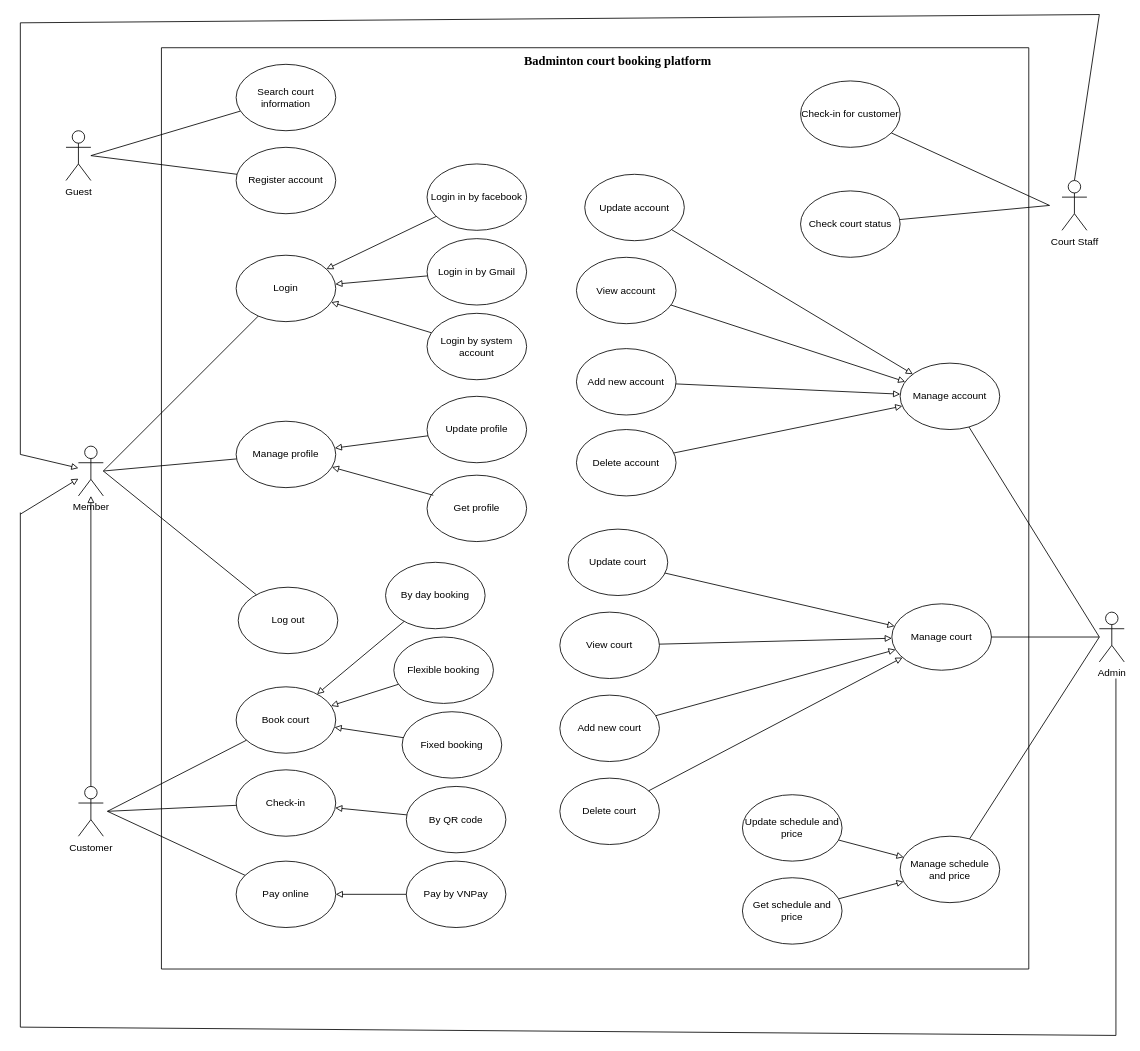
Before: UseCaseDiagram.drawio in halinhtvn3a/SWP391_Project, a draw.io diagram. Source tidied: cells renumbered, new cells numbered last; positions are measured from the earlier drawing's top-left corner, leaving out a move shared by most shapes. Both pictures are drawn from the tidied source at 83%, with x=0, y=0 at pixel (20, 14).
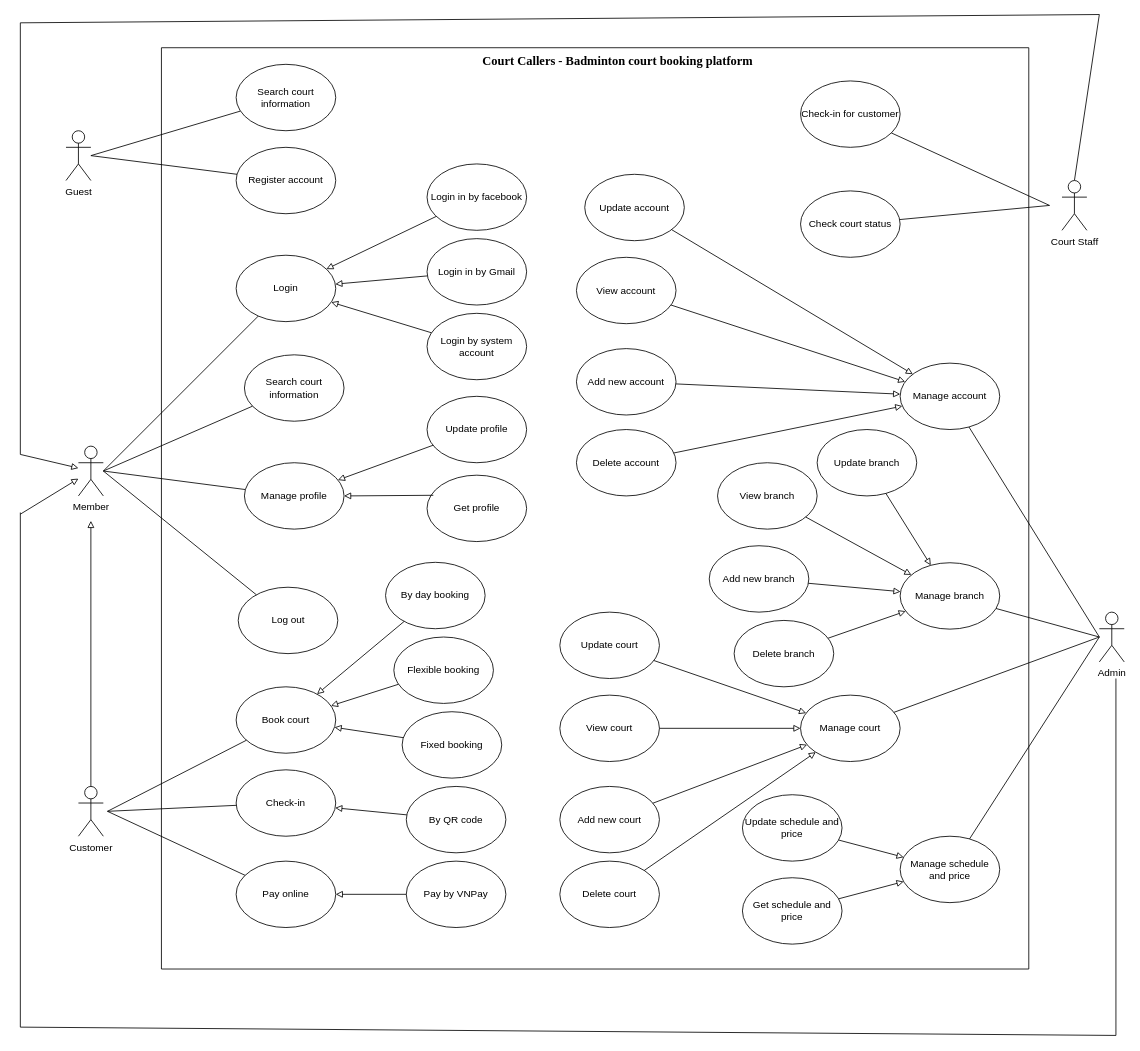
After the change.

The change refers to these unchanged cells:
```xml
<mxCell id="2" style="swimlane;startSize=0;" parent="1" vertex="1">
  <mxGeometry x="170" y="40" width="1045" height="1110" as="geometry" />
</mxCell>
<mxCell id="30" value="Member" style="shape=umlActor;verticalLabelPosition=bottom;verticalAlign=top;html=1;outlineConnect=0;" parent="2" vertex="1">
  <mxGeometry x="-100" y="480" width="30" height="60" as="geometry" />
</mxCell>
<mxCell id="73" value="Customer" style="shape=umlActor;verticalLabelPosition=bottom;verticalAlign=top;html=1;outlineConnect=0;" parent="1" vertex="1">
  <mxGeometry x="70" y="930" width="30" height="60" as="geometry" />
</mxCell>
```

What changed in the source:
```diff
@@
-    <mxCell id="3" value="&lt;div&gt;&lt;span style=&quot;background-color: rgb(255, 255, 255);&quot;&gt;&lt;font face=&quot;Times New Roman&quot;&gt;&lt;span style=&quot;font-size: 15px; white-space-collapse: preserve;&quot;&gt;&lt;b&gt;Badminton court booking platform&lt;/b&gt;&lt;/span&gt;&lt;/font&gt;&lt;br&gt;&lt;/span&gt;&lt;/div&gt;" style="text;html=1;align=center;verticalAlign=middle;whiteSpace=wrap;rounded=0;" parent="2" vertex="1">
+    <mxCell id="3" value="&lt;div&gt;&lt;span style=&quot;background-color: rgb(255, 255, 255);&quot;&gt;&lt;font face=&quot;Times New Roman&quot;&gt;&lt;span style=&quot;font-size: 15px; white-space-collapse: preserve;&quot;&gt;&lt;b&gt;Court Callers - Badminton court booking platform&lt;/b&gt;&lt;/span&gt;&lt;/font&gt;&lt;br&gt;&lt;/span&gt;&lt;/div&gt;" style="text;html=1;align=center;verticalAlign=middle;whiteSpace=wrap;rounded=0;" parent="2" vertex="1">
       <mxGeometry x="370" y="-20" width="360" height="70" as="geometry" />
     </mxCell>
@@
     <mxCell id="16" value="Manage court" style="ellipse;whiteSpace=wrap;html=1;" parent="2" vertex="1">
-      <mxGeometry x="880" y="670" width="120" height="80" as="geometry" />
+      <mxGeometry x="770" y="780" width="120" height="80" as="geometry" />
     </mxCell>
@@
     <mxCell id="25" value="Manage profile" style="ellipse;whiteSpace=wrap;html=1;" parent="2" vertex="1">
-      <mxGeometry x="90" y="450" width="120" height="80" as="geometry" />
+      <mxGeometry x="100" y="500" width="120" height="80" as="geometry" />
     </mxCell>
@@
     <mxCell id="44" value="Update court" style="ellipse;whiteSpace=wrap;html=1;" parent="2" vertex="1">
-      <mxGeometry x="490" y="580" width="120" height="80" as="geometry" />
+      <mxGeometry x="480" y="680" width="120" height="80" as="geometry" />
     </mxCell>
     <mxCell id="45" value="View court" style="ellipse;whiteSpace=wrap;html=1;" parent="2" vertex="1">
-      <mxGeometry x="480" y="680" width="120" height="80" as="geometry" />
+      <mxGeometry x="480" y="780" width="120" height="80" as="geometry" />
     </mxCell>
@@
     <mxCell id="47" value="Add new court" style="ellipse;whiteSpace=wrap;html=1;" parent="2" vertex="1">
-      <mxGeometry x="480" y="780" width="120" height="80" as="geometry" />
+      <mxGeometry x="480" y="890" width="120" height="80" as="geometry" />
     </mxCell>
     <mxCell id="48" value="Delete court" style="ellipse;whiteSpace=wrap;html=1;" parent="2" vertex="1">
-      <mxGeometry x="480" y="880" width="120" height="80" as="geometry" />
+      <mxGeometry x="480" y="980" width="120" height="80" as="geometry" />
     </mxCell>
@@
+    <mxCell id="84" value="Search court information" style="ellipse;whiteSpace=wrap;html=1;" parent="2" vertex="1">
+      <mxGeometry x="100" y="370" width="120" height="80" as="geometry" />
+    </mxCell>
+    <mxCell id="85" value="Manage branch" style="ellipse;whiteSpace=wrap;html=1;" parent="2" vertex="1">
+      <mxGeometry x="890" y="620.5" width="120" height="80" as="geometry" />
+    </mxCell>
+    <mxCell id="86" value="Update branch" style="ellipse;whiteSpace=wrap;html=1;" parent="2" vertex="1">
+      <mxGeometry x="790" y="460" width="120" height="80" as="geometry" />
+    </mxCell>
+    <mxCell id="87" value="View branch" style="ellipse;whiteSpace=wrap;html=1;" parent="2" vertex="1">
+      <mxGeometry x="670" y="500" width="120" height="80" as="geometry" />
+    </mxCell>
+    <mxCell id="88" style="endArrow=block;html=1;rounded=0;endFill=0;" parent="2" edge="1" source="86" target="85">
+      <mxGeometry relative="1" as="geometry" />
+    </mxCell>
+    <mxCell id="89" value="Add new branch" style="ellipse;whiteSpace=wrap;html=1;" parent="2" vertex="1">
+      <mxGeometry x="660" y="600" width="120" height="80" as="geometry" />
+    </mxCell>
+    <mxCell id="90" style="endArrow=block;html=1;rounded=0;endFill=0;" parent="2" edge="1" source="89" target="85">
+      <mxGeometry relative="1" as="geometry" />
+    </mxCell>
+    <mxCell id="91" style="endArrow=block;html=1;rounded=0;endFill=0;" parent="2" edge="1" source="87" target="85">
+      <mxGeometry relative="1" as="geometry" />
+    </mxCell>
+    <mxCell id="92" style="endArrow=block;html=1;rounded=0;endFill=0;" parent="2" edge="1" source="93" target="85">
+      <mxGeometry relative="1" as="geometry" />
+    </mxCell>
+    <mxCell id="93" value="Delete&lt;span style=&quot;background-color: initial;&quot;&gt;&amp;nbsp;branch&lt;/span&gt;" style="ellipse;whiteSpace=wrap;html=1;" parent="2" vertex="1">
+      <mxGeometry x="690" y="690" width="120" height="80" as="geometry" />
+    </mxCell>
@@
-    <mxCell id="74" style="endArrow=block;html=1;rounded=0;endFill=0;" parent="1" edge="1" source="73" target="30">
-      <mxGeometry relative="1" as="geometry" />
+    <mxCell id="74" style="endArrow=block;html=1;rounded=0;endFill=0;" parent="1" edge="1" source="73">
+      <mxGeometry relative="1" as="geometry">
+        <mxPoint x="85" y="610" as="targetPoint" />
+      </mxGeometry>
     </mxCell>
@@
+    <mxCell id="94" style="endArrow=none;html=1;rounded=0;" parent="1" edge="1" target="84">
+      <mxGeometry relative="1" as="geometry">
+        <mxPoint x="100" y="550" as="sourcePoint" />
+      </mxGeometry>
+    </mxCell>
+    <mxCell id="95" style="endArrow=none;html=1;rounded=0;" parent="1" edge="1" target="85">
+      <mxGeometry relative="1" as="geometry">
+        <mxPoint x="1300" y="750" as="sourcePoint" />
+      </mxGeometry>
+    </mxCell>
```
